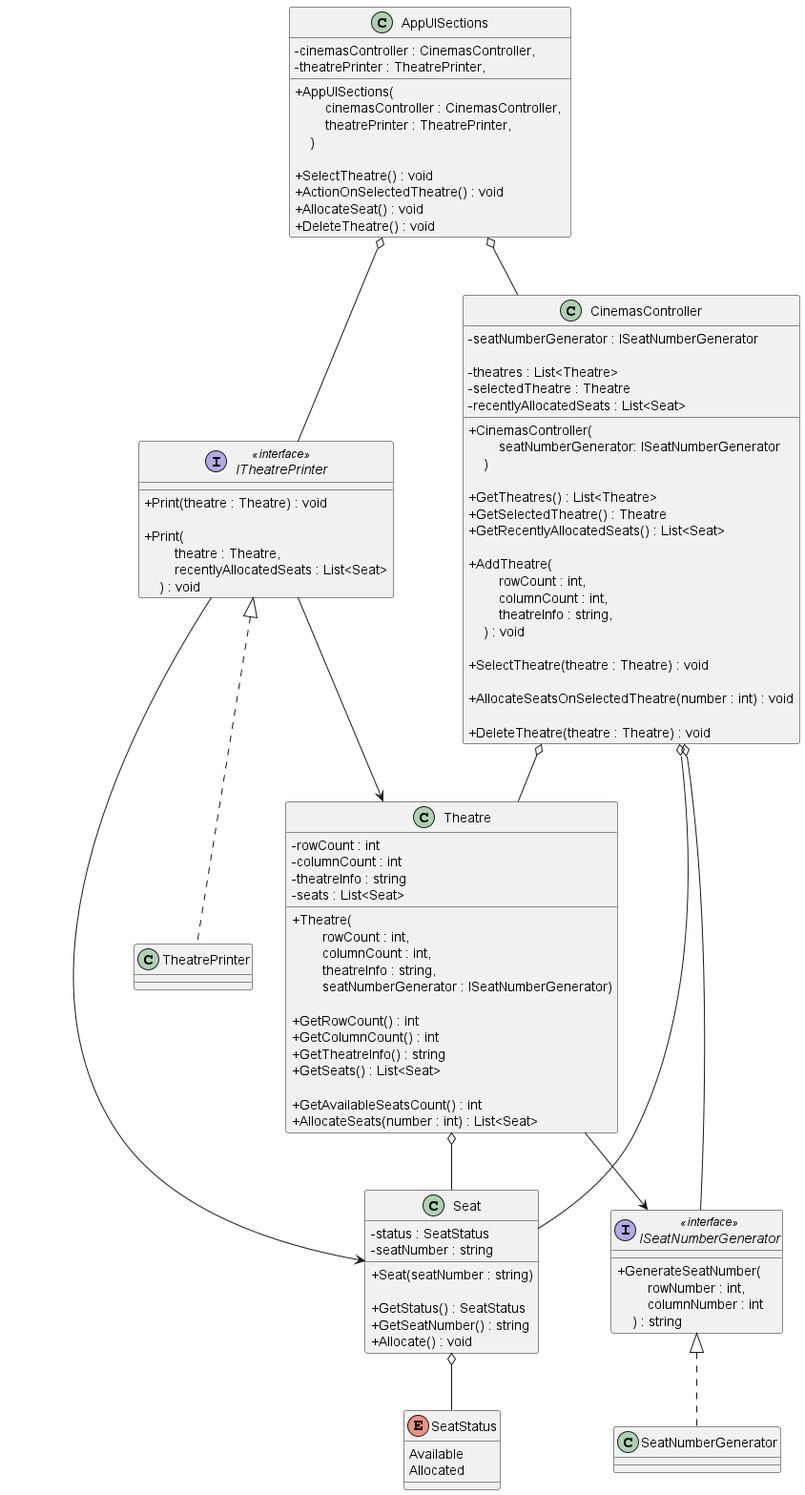
iamfranco/CinnamonCinemasChallenge keeps this PlantUML diagram as diagrams/cinnamon cinemas.png. Above is the earlier version.
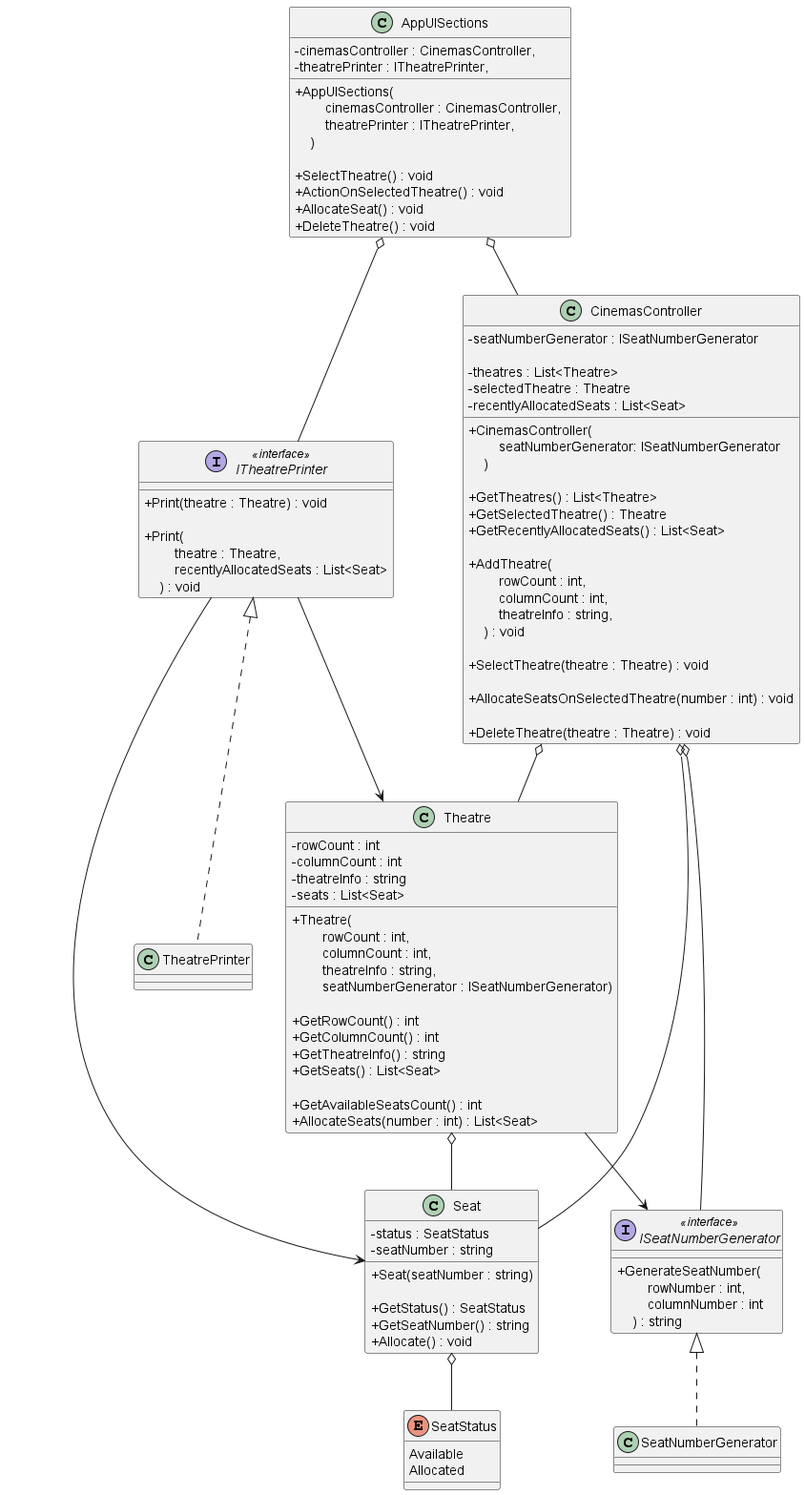
The same diagram one commit later.

Commit message:
UML: modify AppUISections field types to use ITheatrePrinter instead of TheatrePrinter

Change to the diagram source:
```diff
@@ -3,9 +3,9 @@
 
 class AppUISections {
     - cinemasController : CinemasController,
-    - theatrePrinter : TheatrePrinter,
+    - theatrePrinter : ITheatrePrinter,
 
-    + AppUISections( \n        cinemasController : CinemasController, \n        theatrePrinter : TheatrePrinter, \n    )
+    + AppUISections( \n        cinemasController : CinemasController, \n        theatrePrinter : ITheatrePrinter, \n    )
 
     + SelectTheatre() : void
     + ActionOnSelectedTheatre() : void
```
